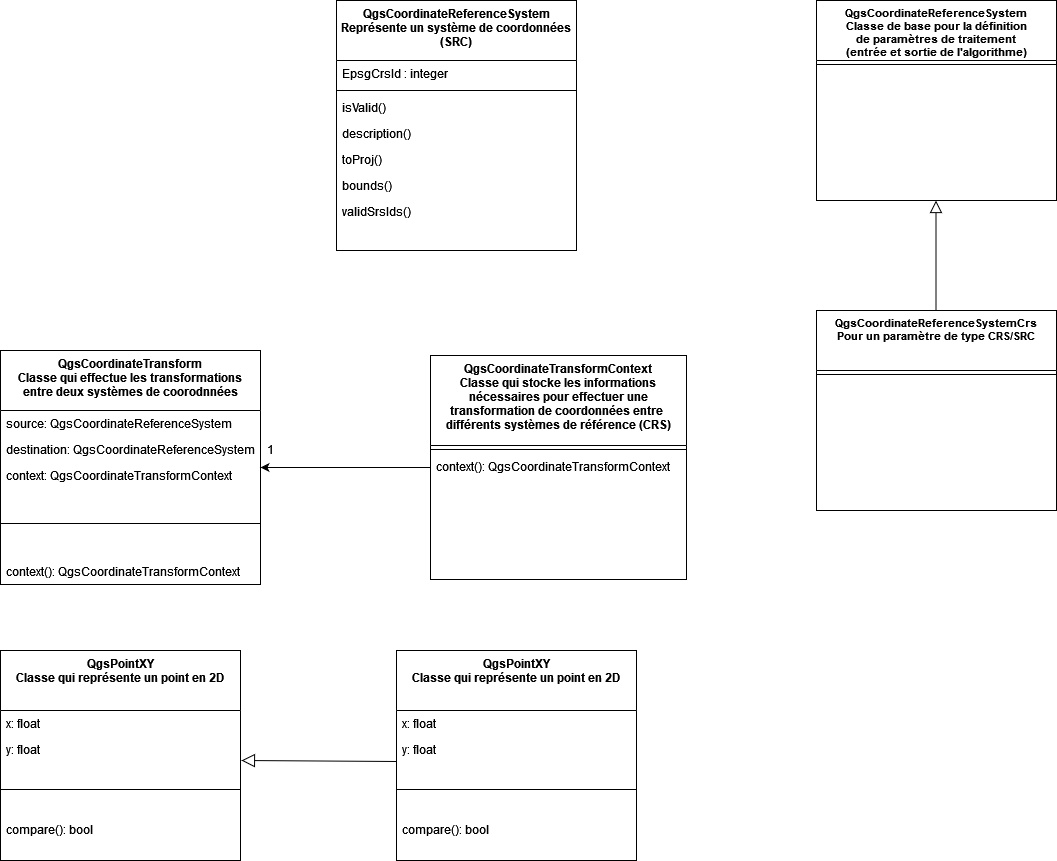
Earlier version of the draw.io export classes_QGIS.png (leonielrx/ProjetInfo_DoGeo). Source tidied: cells renumbered, new cells last; positions are measured from the earlier drawing's top-left corner, leaving out a move shared by most shapes. Its diagram source:
```xml
<mxGraphModel>
  <root>
    <mxCell id="0" />
    <mxCell id="1" parent="0" />
    <mxCell id="2" value="QgsCoordinateReferenceSystem&#10;Représente un système de coordonnées &#10;(SRC)&#10;" style="swimlane;fontStyle=1;align=center;verticalAlign=top;horizontal=1;startSize=60;rounded=0;shadow=0;strokeWidth=1;fontSize=12;" parent="1" vertex="1">
      <mxGeometry x="336" width="240" height="250" as="geometry" />
    </mxCell>
    <mxCell id="3" value="EpsgCrsId : integer&#10;" style="text;align=left;verticalAlign=top;spacingLeft=4;spacingRight=4;overflow=hidden;rounded=0;shadow=0;html=0;" parent="2" vertex="1">
      <mxGeometry y="60" width="240" height="26" as="geometry" />
    </mxCell>
    <mxCell id="4" style="line;html=1;strokeWidth=1;align=left;verticalAlign=middle;spacingTop=-1;spacingLeft=3;spacingRight=3;labelPosition=right;" parent="2" vertex="1">
      <mxGeometry y="86" width="240" height="8" as="geometry" />
    </mxCell>
    <mxCell id="5" value="isValid()" style="text;align=left;verticalAlign=top;spacingLeft=4;spacingRight=4;overflow=hidden;" parent="2" vertex="1">
      <mxGeometry y="94" width="240" height="26" as="geometry" />
    </mxCell>
    <mxCell id="6" value="description()" style="text;align=left;verticalAlign=top;spacingLeft=4;spacingRight=4;overflow=hidden;rounded=0;shadow=0;html=0;" parent="2" vertex="1">
      <mxGeometry y="120" width="240" height="26" as="geometry" />
    </mxCell>
    <mxCell id="7" value="toProj()" style="text;align=left;verticalAlign=top;spacingLeft=4;spacingRight=4;overflow=hidden;rounded=0;shadow=0;html=0;" parent="2" vertex="1">
      <mxGeometry y="146" width="240" height="26" as="geometry" />
    </mxCell>
    <mxCell id="8" value="bounds()" style="text;align=left;verticalAlign=top;spacingLeft=4;spacingRight=4;overflow=hidden;rounded=0;shadow=0;html=0;" parent="2" vertex="1">
      <mxGeometry y="172" width="240" height="26" as="geometry" />
    </mxCell>
    <mxCell id="9" value="validSrsIds() " style="text;align=left;verticalAlign=top;spacingLeft=4;spacingRight=4;overflow=hidden;rounded=0;shadow=0;html=0;" parent="2" vertex="1">
      <mxGeometry y="198" width="240" height="26" as="geometry" />
    </mxCell>
    <mxCell id="10" value="QgsCoordinateReferenceSystem&#10;Classe de base pour la définition &#10;de paramètres de traitement &#10;(entrée et sortie de l'algorithme)&#10;" style="swimlane;fontStyle=1;align=center;verticalAlign=top;horizontal=1;startSize=60;rounded=0;shadow=0;strokeWidth=1;fontSize=11;" parent="1" vertex="1">
      <mxGeometry x="816" width="240" height="200" as="geometry" />
    </mxCell>
    <mxCell id="11" style="line;html=1;strokeWidth=1;align=left;verticalAlign=middle;spacingTop=-1;spacingLeft=3;spacingRight=3;labelPosition=right;" parent="10" vertex="1">
      <mxGeometry y="60" width="240" height="8" as="geometry" />
    </mxCell>
    <mxCell id="12" style="endArrow=block;endSize=10;endFill=0;shadow=0;strokeWidth=1;rounded=0;curved=0;edgeStyle=elbowEdgeStyle;elbow=vertical;" parent="1" edge="1">
      <mxGeometry relative="1" as="geometry">
        <mxPoint x="935.5" y="310" as="sourcePoint" />
        <mxPoint x="935.5" y="200" as="targetPoint" />
        <Array as="points">
          <mxPoint x="987.5" y="260" />
        </Array>
      </mxGeometry>
    </mxCell>
    <mxCell id="13" value="QgsCoordinateReferenceSystemCrs&#10;Pour un paramètre de type CRS/SRC&#10;" style="swimlane;fontStyle=1;align=center;verticalAlign=top;horizontal=1;startSize=60;rounded=0;shadow=0;strokeWidth=1;fontSize=11;" parent="1" vertex="1">
      <mxGeometry x="816" y="310" width="240" height="200" as="geometry" />
    </mxCell>
    <mxCell id="14" style="line;html=1;strokeWidth=1;align=left;verticalAlign=middle;spacingTop=-1;spacingLeft=3;spacingRight=3;labelPosition=right;" parent="13" vertex="1">
      <mxGeometry y="60" width="240" height="8" as="geometry" />
    </mxCell>
    <mxCell id="15" value="QgsCoordinateTransform&#10;Classe qui effectue les transformations &#10;entre deux systèmes de coorodnnées&#10;" style="swimlane;fontStyle=1;align=center;verticalAlign=top;horizontal=1;startSize=60;rounded=0;shadow=0;strokeWidth=1;fontSize=12;" parent="1" vertex="1">
      <mxGeometry y="350" width="260" height="234" as="geometry" />
    </mxCell>
    <mxCell id="16" value="source: QgsCoordinateReferenceSystem " style="text;align=left;verticalAlign=top;spacingLeft=4;spacingRight=4;overflow=hidden;rounded=0;shadow=0;html=0;" parent="15" vertex="1">
      <mxGeometry y="60" width="260" height="26" as="geometry" />
    </mxCell>
    <mxCell id="17" value="destination: QgsCoordinateReferenceSystem " style="text;align=left;verticalAlign=top;spacingLeft=4;spacingRight=4;overflow=hidden;rounded=0;shadow=0;html=0;" parent="15" vertex="1">
      <mxGeometry y="86" width="260" height="26" as="geometry" />
    </mxCell>
    <mxCell id="18" value="context: QgsCoordinateTransformContext " style="text;align=left;verticalAlign=top;spacingLeft=4;spacingRight=4;overflow=hidden;rounded=0;shadow=0;html=0;" parent="15" vertex="1">
      <mxGeometry y="112" width="260" height="26" as="geometry" />
    </mxCell>
    <mxCell id="19" style="line;html=1;strokeWidth=1;align=left;verticalAlign=middle;spacingTop=-1;spacingLeft=3;spacingRight=3;labelPosition=right;" parent="15" vertex="1">
      <mxGeometry y="138" width="260" height="70" as="geometry" />
    </mxCell>
    <mxCell id="20" value="context(): QgsCoordinateTransformContext" style="text;align=left;verticalAlign=top;spacingLeft=4;spacingRight=4;overflow=hidden;rounded=0;shadow=0;html=0;" parent="15" vertex="1">
      <mxGeometry y="208" width="260" height="26" as="geometry" />
    </mxCell>
    <mxCell id="21" value="QgsCoordinateTransformContext&#10;Classe qui stocke les informations &#10;nécessaires pour effectuer une &#10;transformation de coordonnées entre &#10;différents systèmes de référence (CRS)" style="swimlane;fontStyle=1;align=center;verticalAlign=top;horizontal=1;startSize=90;rounded=0;shadow=0;strokeWidth=1;fontSize=12;" parent="1" vertex="1">
      <mxGeometry x="430" y="355" width="256" height="224" as="geometry" />
    </mxCell>
    <mxCell id="22" style="line;html=1;strokeWidth=1;align=left;verticalAlign=middle;spacingTop=-1;spacingLeft=3;spacingRight=3;labelPosition=right;" parent="21" vertex="1">
      <mxGeometry y="90" width="256" height="8" as="geometry" />
    </mxCell>
    <mxCell id="23" value="context(): QgsCoordinateTransformContext" style="text;align=left;verticalAlign=top;spacingLeft=4;spacingRight=4;overflow=hidden;rounded=0;shadow=0;html=0;" parent="21" vertex="1">
      <mxGeometry y="98" width="256" height="26" as="geometry" />
    </mxCell>
    <mxCell id="24" style="endArrow=classic;html=1;rounded=0;entryX=1;entryY=0.5;entryDx=0;entryDy=0;exitX=0;exitY=0.5;exitDx=0;exitDy=0;" parent="1" edge="1" source="21" target="15">
      <mxGeometry relative="1" as="geometry" />
    </mxCell>
    <mxCell id="25" value="1" style="text;html=1;align=center;verticalAlign=middle;whiteSpace=wrap;rounded=0;" parent="1" vertex="1">
      <mxGeometry x="240" y="434" width="60" height="30" as="geometry" />
    </mxCell>
    <mxCell id="26" value="QgsPointXY&#10;Classe qui représente un point en 2D&#10;&#10;" style="swimlane;fontStyle=1;align=center;verticalAlign=top;horizontal=1;startSize=60;rounded=0;shadow=0;strokeWidth=1;fontSize=12;" parent="1" vertex="1">
      <mxGeometry y="650" width="240" height="210" as="geometry" />
    </mxCell>
    <mxCell id="27" value="x: float&#10;" style="text;align=left;verticalAlign=top;spacingLeft=4;spacingRight=4;overflow=hidden;rounded=0;shadow=0;html=0;" parent="26" vertex="1">
      <mxGeometry y="60" width="240" height="26" as="geometry" />
    </mxCell>
    <mxCell id="28" value="y: float&#10;" style="text;align=left;verticalAlign=top;spacingLeft=4;spacingRight=4;overflow=hidden;rounded=0;shadow=0;html=0;" parent="26" vertex="1">
      <mxGeometry y="86" width="240" height="26" as="geometry" />
    </mxCell>
    <mxCell id="29" style="line;html=1;strokeWidth=1;align=left;verticalAlign=middle;spacingTop=-1;spacingLeft=3;spacingRight=3;labelPosition=right;" parent="26" vertex="1">
      <mxGeometry y="112" width="240" height="54" as="geometry" />
    </mxCell>
    <mxCell id="30" value="compare(): bool" style="text;align=left;verticalAlign=top;spacingLeft=4;spacingRight=4;overflow=hidden;" parent="26" vertex="1">
      <mxGeometry y="166" width="240" height="26" as="geometry" />
    </mxCell>
    <mxCell id="31" value="QgsPointXY&#10;Classe qui représente un point en 2D&#10;&#10;" style="swimlane;fontStyle=1;align=center;verticalAlign=top;horizontal=1;startSize=60;rounded=0;shadow=0;strokeWidth=1;fontSize=12;" parent="1" vertex="1">
      <mxGeometry x="396" y="650" width="240" height="210" as="geometry" />
    </mxCell>
    <mxCell id="32" value="x: float&#10;" style="text;align=left;verticalAlign=top;spacingLeft=4;spacingRight=4;overflow=hidden;rounded=0;shadow=0;html=0;" parent="31" vertex="1">
      <mxGeometry y="60" width="240" height="26" as="geometry" />
    </mxCell>
    <mxCell id="33" value="y: float&#10;" style="text;align=left;verticalAlign=top;spacingLeft=4;spacingRight=4;overflow=hidden;rounded=0;shadow=0;html=0;" parent="31" vertex="1">
      <mxGeometry y="86" width="240" height="26" as="geometry" />
    </mxCell>
    <mxCell id="34" style="line;html=1;strokeWidth=1;align=left;verticalAlign=middle;spacingTop=-1;spacingLeft=3;spacingRight=3;labelPosition=right;" parent="31" vertex="1">
      <mxGeometry y="112" width="240" height="54" as="geometry" />
    </mxCell>
    <mxCell id="35" value="compare(): bool" style="text;align=left;verticalAlign=top;spacingLeft=4;spacingRight=4;overflow=hidden;" parent="31" vertex="1">
      <mxGeometry y="166" width="240" height="26" as="geometry" />
    </mxCell>
    <mxCell id="36" style="endArrow=block;html=1;rounded=0;entryX=1;entryY=0.5;entryDx=0;entryDy=0;exitX=-0.004;exitY=0.769;exitDx=0;exitDy=0;exitPerimeter=0;endFill=0;endSize=11;" parent="1" edge="1">
      <mxGeometry relative="1" as="geometry">
        <mxPoint x="396" y="761" as="sourcePoint" />
        <mxPoint x="241" y="760" as="targetPoint" />
      </mxGeometry>
    </mxCell>
  </root>
</mxGraphModel>
```
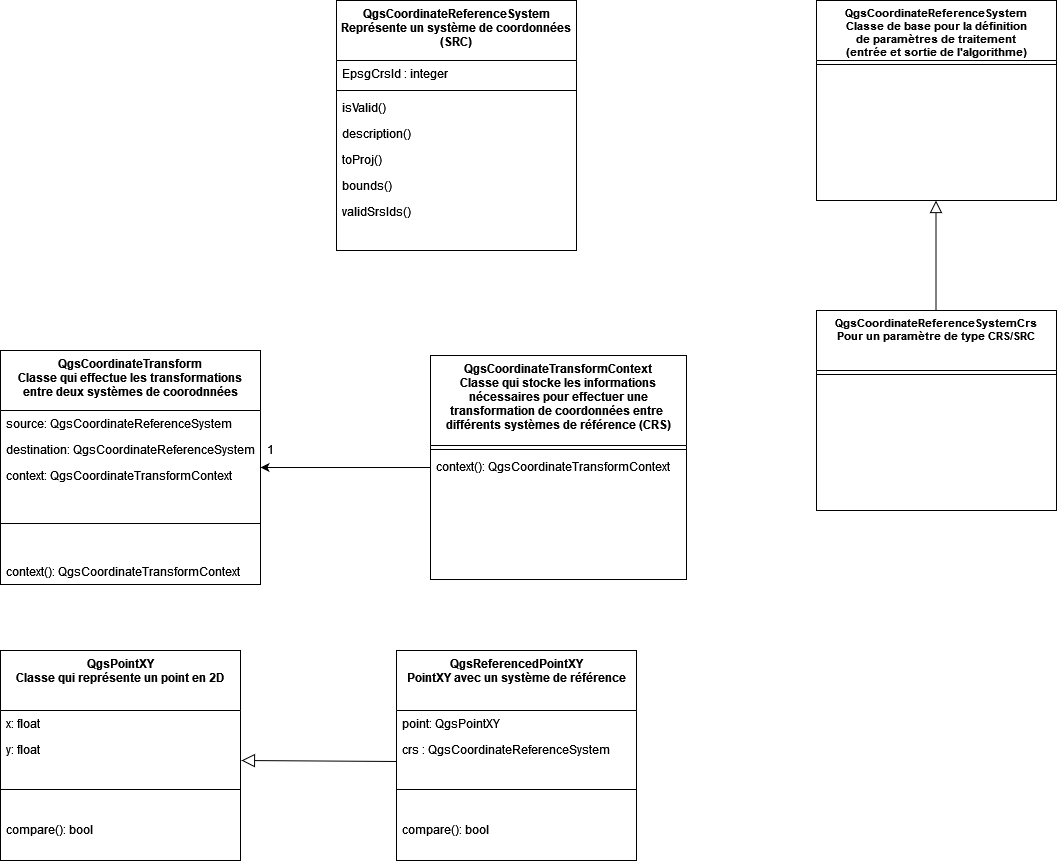
Above is the later version.

Commit message:
Mettre à jour classes_QGIS.png

Change to the diagram source:
```diff
@@ -95,13 +95,13 @@
     <mxCell id="30" value="compare(): bool" style="text;align=left;verticalAlign=top;spacingLeft=4;spacingRight=4;overflow=hidden;" parent="26" vertex="1">
       <mxGeometry y="166" width="240" height="26" as="geometry" />
     </mxCell>
-    <mxCell id="31" value="QgsPointXY&#10;Classe qui représente un point en 2D&#10;&#10;" style="swimlane;fontStyle=1;align=center;verticalAlign=top;horizontal=1;startSize=60;rounded=0;shadow=0;strokeWidth=1;fontSize=12;" parent="1" vertex="1">
+    <mxCell id="31" value="QgsReferencedPointXY&#10;PointXY avec un système de référence&#10;&#10;" style="swimlane;fontStyle=1;align=center;verticalAlign=top;horizontal=1;startSize=60;rounded=0;shadow=0;strokeWidth=1;fontSize=12;" parent="1" vertex="1">
       <mxGeometry x="396" y="650" width="240" height="210" as="geometry" />
     </mxCell>
-    <mxCell id="32" value="x: float&#10;" style="text;align=left;verticalAlign=top;spacingLeft=4;spacingRight=4;overflow=hidden;rounded=0;shadow=0;html=0;" parent="31" vertex="1">
+    <mxCell id="32" value="point: QgsPointXY" style="text;align=left;verticalAlign=top;spacingLeft=4;spacingRight=4;overflow=hidden;rounded=0;shadow=0;html=0;" parent="31" vertex="1">
       <mxGeometry y="60" width="240" height="26" as="geometry" />
     </mxCell>
-    <mxCell id="33" value="y: float&#10;" style="text;align=left;verticalAlign=top;spacingLeft=4;spacingRight=4;overflow=hidden;rounded=0;shadow=0;html=0;" parent="31" vertex="1">
+    <mxCell id="33" value="crs : QgsCoordinateReferenceSystem" style="text;align=left;verticalAlign=top;spacingLeft=4;spacingRight=4;overflow=hidden;rounded=0;shadow=0;html=0;" parent="31" vertex="1">
       <mxGeometry y="86" width="240" height="26" as="geometry" />
     </mxCell>
     <mxCell id="34" style="line;html=1;strokeWidth=1;align=left;verticalAlign=middle;spacingTop=-1;spacingLeft=3;spacingRight=3;labelPosition=right;" parent="31" vertex="1">
```
